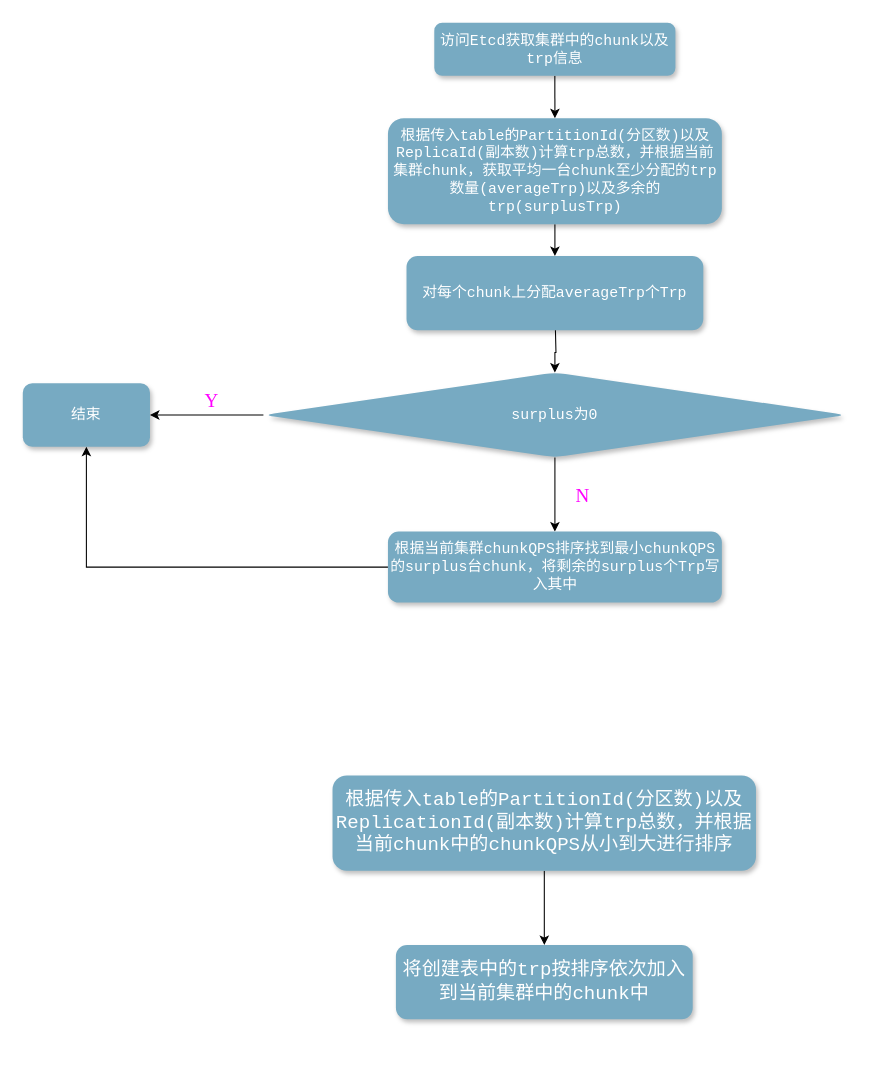
Before: page "CreateTable" (7 of 15) of Untitled Diagram.drawio in SoraNimi/lbs-master, a draw.io diagram. Source tidied: cells renumbered, new cells numbered last; positions are measured from the earlier drawing's top-left corner, leaving out a move shared by most shapes. Both pictures are drawn from the tidied source at 106%, with x=0, y=0 at pixel (22, 22).
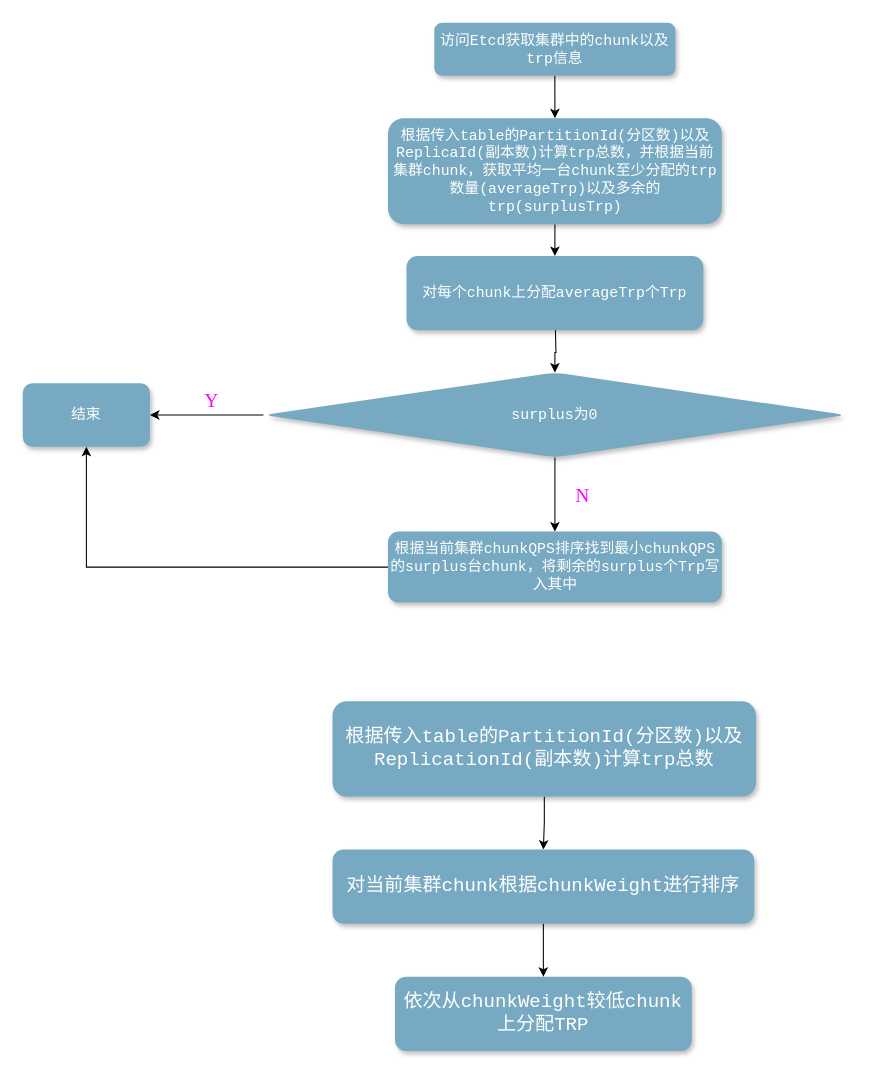
Above is the later version.

The edit, as a diff of the source:
```diff
@@
-    <mxCell id="16" value="&lt;font style=&quot;font-size: 18px&quot;&gt;将创建表中的trp按排序依次加入到当前集群中的chunk中&lt;/font&gt;" style="rounded=1;whiteSpace=wrap;html=1;fillColor=#77aac2;strokeColor=none;shadow=1;glass=0;comic=0;gradientColor=none;fontFamily=Courier New;fontColor=#FFFFFF;" parent="1" vertex="1">
-      <mxGeometry x="352" y="870" width="280" height="70" as="geometry" />
+    <mxCell id="16" value="&lt;span style=&quot;font-size: 18px&quot;&gt;依次从chunkWeight较低chunk上分配TRP&lt;/span&gt;" style="rounded=1;whiteSpace=wrap;html=1;fillColor=#77aac2;strokeColor=none;shadow=1;glass=0;comic=0;gradientColor=none;fontFamily=Courier New;fontColor=#FFFFFF;" parent="1" vertex="1">
+      <mxGeometry x="351.1" y="900" width="280" height="70" as="geometry" />
     </mxCell>
-    <mxCell id="17" style="edgeStyle=orthogonalEdgeStyle;rounded=0;jettySize=auto;html=1;fontFamily=Times New Roman;fontSize=12;" parent="1" edge="1" source="18" target="16">
-      <mxGeometry relative="1" as="geometry" />
-    </mxCell>
+    <mxCell id="19" style="edgeStyle=orthogonalEdgeStyle;rounded=0;jettySize=auto;html=1;fontSize=18;" parent="1" edge="1" source="18" target="21">
+      <mxGeometry relative="1" as="geometry" />
+    </mxCell>
-    <mxCell id="18" value="&lt;font style=&quot;font-size: 18px&quot;&gt;&lt;font&gt;根据传入table的PartitionId(分区数)以及ReplicationId(副本数)计算trp总数，并&lt;/font&gt;&lt;font&gt;根据当前chunk中的chunkQPS从小到大进行排序&lt;/font&gt;&lt;/font&gt;" style="rounded=1;whiteSpace=wrap;html=1;fillColor=#77aac2;strokeColor=none;shadow=1;glass=0;comic=0;gradientColor=none;fontFamily=Courier New;fontColor=#FFFFFF;" parent="1" vertex="1">
-      <mxGeometry x="292.2" y="710" width="399.5" height="90" as="geometry" />
+    <mxCell id="18" value="&lt;font style=&quot;font-size: 18px&quot;&gt;&lt;font&gt;根据传入table的PartitionId(分区数)以及ReplicationId(副本数)计算trp总数&lt;/font&gt;&lt;/font&gt;" style="rounded=1;whiteSpace=wrap;html=1;fillColor=#77aac2;strokeColor=none;shadow=1;glass=0;comic=0;gradientColor=none;fontFamily=Courier New;fontColor=#FFFFFF;" parent="1" vertex="1">
+      <mxGeometry x="292.2" y="640" width="399.5" height="90" as="geometry" />
     </mxCell>
+    <mxCell id="20" style="edgeStyle=orthogonalEdgeStyle;rounded=0;jettySize=auto;html=1;fontSize=18;" parent="1" edge="1" source="21" target="16">
+      <mxGeometry relative="1" as="geometry" />
+    </mxCell>
+    <mxCell id="21" value="&lt;span style=&quot;font-size: 18px&quot;&gt;对当前集群chunk根据chunkWeight进行排序&lt;/span&gt;" style="rounded=1;whiteSpace=wrap;html=1;fillColor=#77aac2;strokeColor=none;shadow=1;glass=0;comic=0;gradientColor=none;fontFamily=Courier New;fontColor=#FFFFFF;" parent="1" vertex="1">
+      <mxGeometry x="292.2" y="780" width="397.8" height="70" as="geometry" />
+    </mxCell>
```
